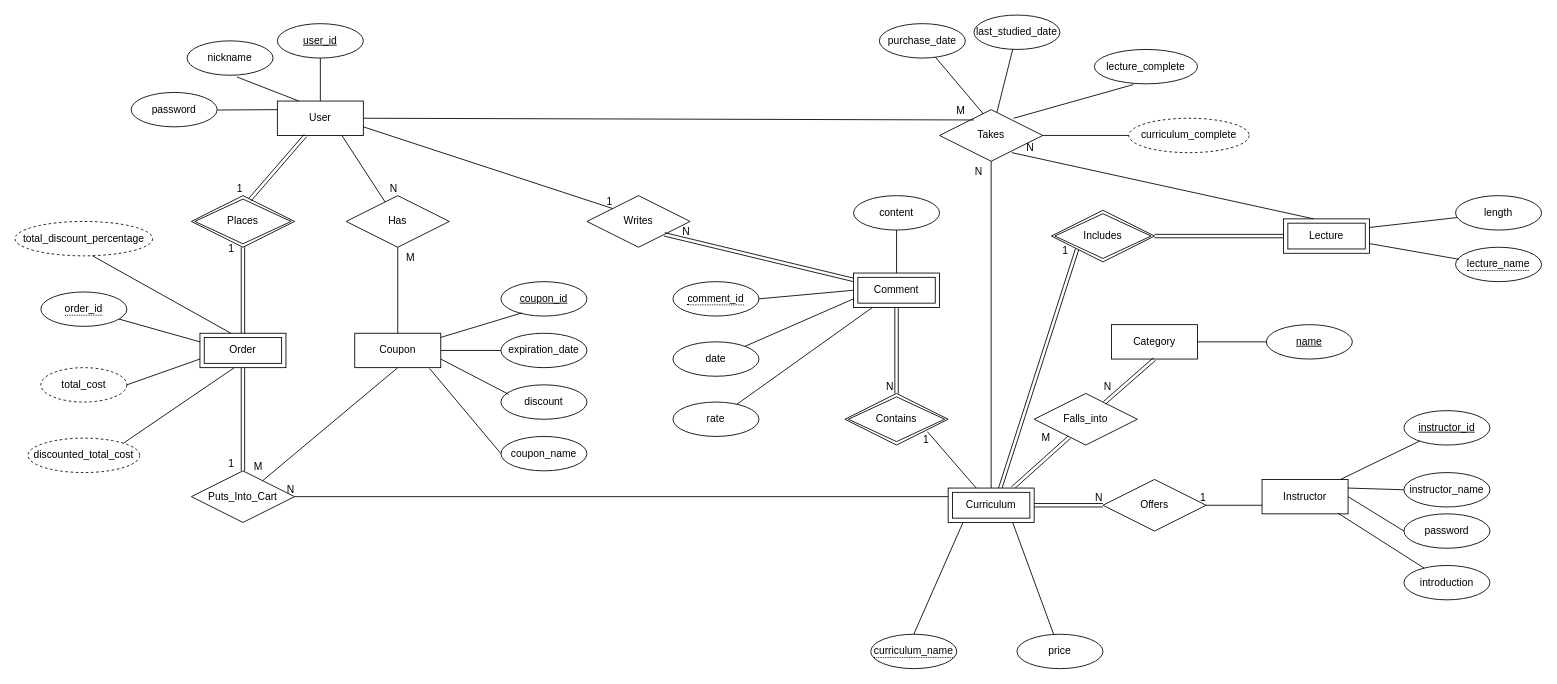
The draw.io diagram ERD.drawio in sarah2234/CBNU_DatabaseSystem, before the edit. Source tidied: cells renumbered, new cells numbered last; positions are measured from the earlier drawing's top-left corner, leaving out a move shared by most shapes. Both pictures are drawn from the tidied source at 86%, with x=0, y=0 at pixel (15, 15).
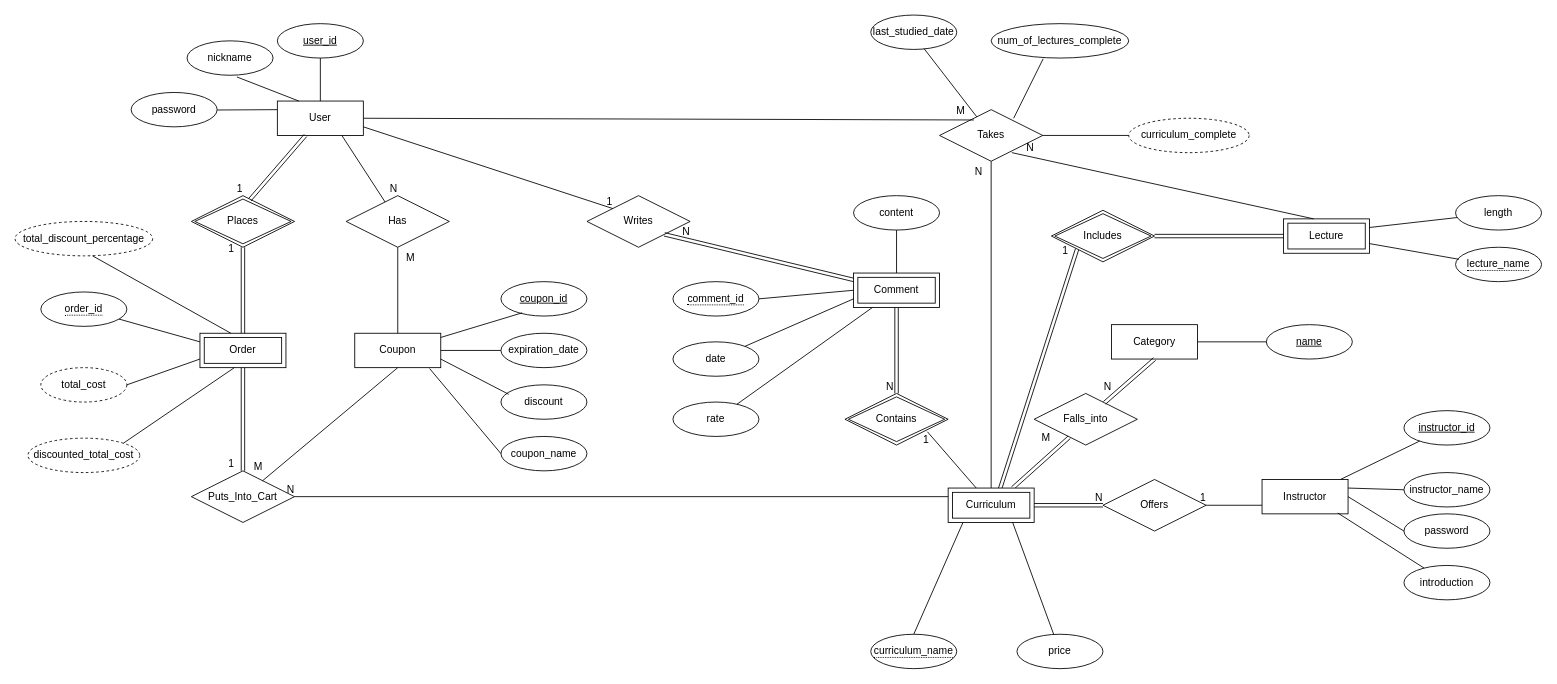
The same page after the edit.

Commit message:
feat: change attributes in User_Curriculum_Lecture Relationship

Unchanged cells that the change refers to:
```xml
<mxCell id="17" value="Takes" style="shape=rhombus;perimeter=rhombusPerimeter;whiteSpace=wrap;html=1;align=center;" parent="1" vertex="1">
  <mxGeometry x="1075" y="110" width="120" height="60" as="geometry" />
</mxCell>
```

The edit, as a diff of the source:
```diff
@@
-    <mxCell id="65" value="lecture_complete" style="ellipse;whiteSpace=wrap;html=1;align=center;" parent="1" vertex="1">
-      <mxGeometry x="1255" y="40" width="120" height="40" as="geometry" />
+    <mxCell id="65" value="num_of_lectures_complete" style="ellipse;whiteSpace=wrap;html=1;align=center;" parent="1" vertex="1">
+      <mxGeometry x="1135" y="10" width="160" height="40" as="geometry" />
     </mxCell>
@@
-    <mxCell id="67" value="last_studied_date" style="ellipse;whiteSpace=wrap;html=1;align=center;" parent="1" vertex="1">
-      <mxGeometry x="1115" width="100" height="40" as="geometry" />
-    </mxCell>
-    <mxCell id="68" style="endArrow=none;html=1;rounded=0;" parent="1" edge="1" source="67" target="17">
-      <mxGeometry relative="1" as="geometry" />
-    </mxCell>
-    <mxCell id="69" value="purchase_date" style="ellipse;whiteSpace=wrap;html=1;align=center;" parent="1" vertex="1">
-      <mxGeometry x="1005" y="10" width="100" height="40" as="geometry" />
-    </mxCell>
-    <mxCell id="70" style="endArrow=none;html=1;rounded=0;exitX=0.653;exitY=0.979;exitDx=0;exitDy=0;exitPerimeter=0;entryX=0.425;entryY=0.083;entryDx=0;entryDy=0;entryPerimeter=0;" parent="1" edge="1" source="69" target="17">
-      <mxGeometry relative="1" as="geometry" />
-    </mxCell>
@@
+    <mxCell id="67" value="last_studied_date" style="ellipse;whiteSpace=wrap;html=1;align=center;" parent="1" vertex="1">
+      <mxGeometry x="995" width="100" height="40" as="geometry" />
+    </mxCell>
+    <mxCell id="68" style="endArrow=none;html=1;rounded=0;exitX=0.62;exitY=0.975;exitDx=0;exitDy=0;exitPerimeter=0;" parent="1" edge="1" source="67" target="17">
+      <mxGeometry relative="1" as="geometry" />
+    </mxCell>
```
